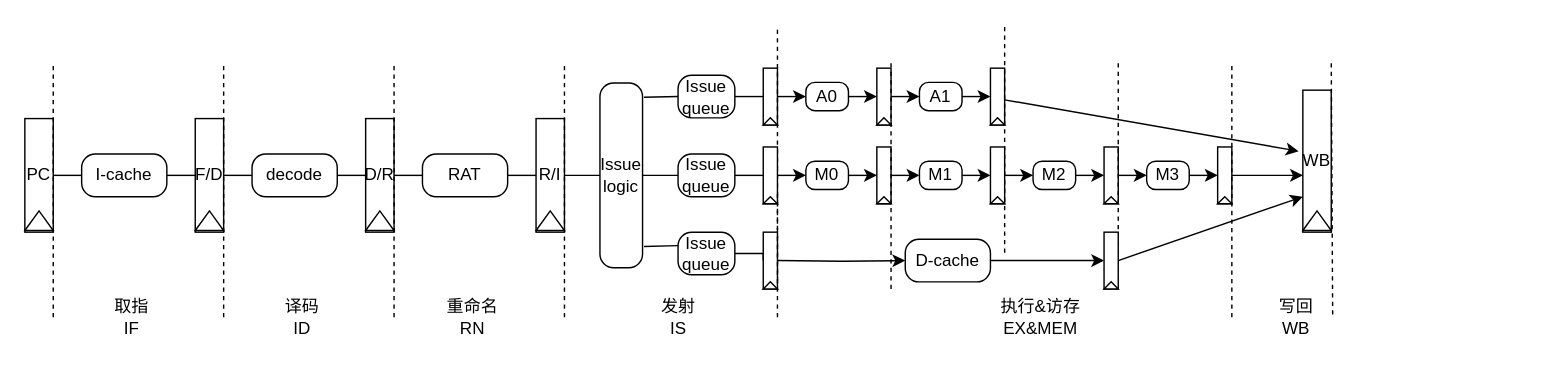
Before: page "6-12" (6 of 6) of directory/流水线.drawio in lllwwwooo/draw.io, a draw.io diagram. Source tidied: cells renumbered, new cells numbered last; positions are measured from the earlier drawing's top-left corner, leaving out a move shared by most shapes. Both pictures are drawn from the tidied source at 142%, with x=0, y=0 at pixel (24, 24).
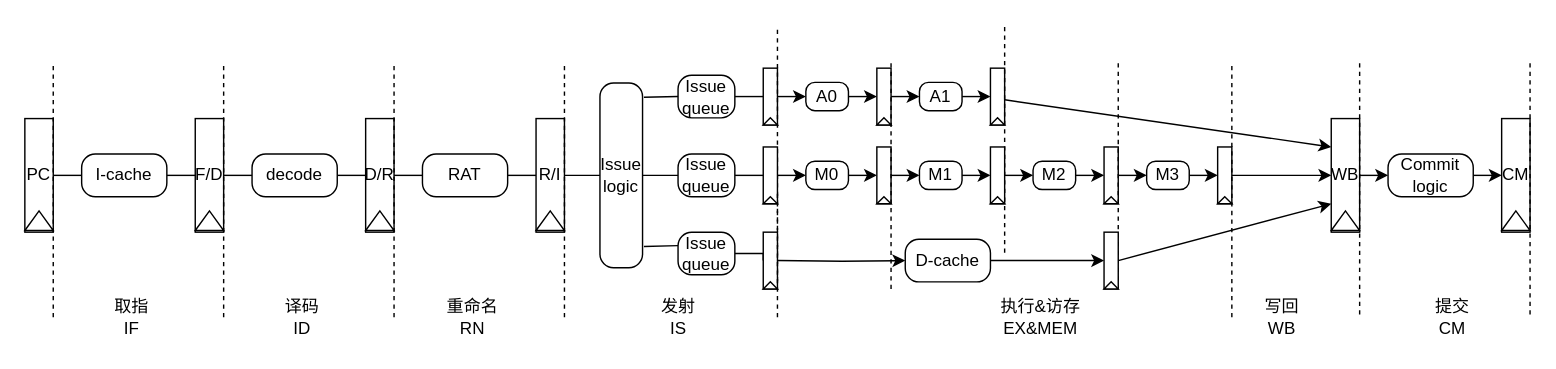
The same page after the edit.

Unchanged cells that the change refers to:
```xml
<mxCell id="63" style="rounded=0;whiteSpace=wrap;html=1;" parent="62" vertex="1">
  <mxGeometry width="10" height="40" as="geometry" />
</mxCell>
```

Change to the diagram source:
```diff
@@
-    <mxCell id="70" style="rounded=0;jettySize=auto;html=1;exitX=1;exitY=0.5;exitDx=0;exitDy=0;entryX=-0.149;entryY=0.43;entryDx=0;entryDy=0;entryPerimeter=0;" parent="1" edge="1" target="73">
+    <mxCell id="70" style="rounded=0;jettySize=auto;html=1;exitX=1;exitY=0.5;exitDx=0;exitDy=0;entryX=0;entryY=0.25;entryDx=0;entryDy=0;" parent="1" edge="1" target="73">
       <mxGeometry relative="1" as="geometry">
         <mxPoint x="690" y="52.8" as="sourcePoint" />
       </mxGeometry>
     </mxCell>
-    <mxCell id="71" style="rounded=0;jettySize=auto;html=1;exitX=1;exitY=0.5;exitDx=0;exitDy=0;entryX=0.001;entryY=0.6;entryDx=0;entryDy=0;entryPerimeter=0;" parent="1" edge="1" source="63" target="73">
+    <mxCell id="71" style="rounded=0;jettySize=auto;html=1;exitX=1;exitY=0.5;exitDx=0;exitDy=0;entryX=0;entryY=0.5;entryDx=0;entryDy=0;" parent="1" edge="1" source="63" target="73">
       <mxGeometry relative="1" as="geometry" />
     </mxCell>
     <mxCell id="72" style="group;" parent="1" vertex="1">
-      <mxGeometry x="900" y="66" width="20" height="80" as="geometry" />
+      <mxGeometry x="920" y="66" width="20" height="80" as="geometry" />
     </mxCell>
     <mxCell id="73" value="WB" style="rounded=0;whiteSpace=wrap;html=1;" parent="72" vertex="1">
-      <mxGeometry y="-20" width="20" height="100" as="geometry" />
+      <mxGeometry width="20" height="80" as="geometry" />
     </mxCell>
@@
-    <mxCell id="85" style="endArrow=none;dashed=1;html=1;rounded=0;exitX=1.02;exitY=0.45;exitDx=0;exitDy=0;exitPerimeter=0;" parent="1" edge="1" source="91">
+    <mxCell id="85" style="endArrow=none;dashed=1;html=1;rounded=0;" parent="1" edge="1">
       <mxGeometry relative="1" as="geometry">
-        <mxPoint x="920" y="26" as="targetPoint" />
+        <mxPoint x="940" y="204" as="sourcePoint" />
+        <mxPoint x="940" y="26" as="targetPoint" />
       </mxGeometry>
     </mxCell>
@@
     <mxCell id="91" value="写回&lt;div&gt;WB&lt;/div&gt;" style="text;html=1;align=center;verticalAlign=middle;points=[];strokeColor=none;fillColor=none;" parent="1" vertex="1">
-      <mxGeometry x="870" y="186" width="50" height="40" as="geometry" />
+      <mxGeometry x="860" y="186" width="50" height="40" as="geometry" />
     </mxCell>
@@
+    <mxCell id="108" style="edgeStyle=orthogonalEdgeStyle;rounded=0;jettySize=auto;html=1;exitX=1;exitY=0.5;exitDx=0;exitDy=0;entryX=0;entryY=0.5;entryDx=0;entryDy=0;" parent="1" edge="1" source="109" target="111">
+      <mxGeometry relative="1" as="geometry" />
+    </mxCell>
+    <mxCell id="109" value="Commit logic" style="rounded=1;whiteSpace=wrap;html=1;arcSize=32;" parent="1" vertex="1">
+      <mxGeometry x="960" y="91" width="60" height="30" as="geometry" />
+    </mxCell>
+    <mxCell id="110" style="group;" parent="1" vertex="1">
+      <mxGeometry x="1040" y="66" width="20" height="80" as="geometry" />
+    </mxCell>
+    <mxCell id="111" value="CM" style="rounded=0;whiteSpace=wrap;html=1;" parent="110" vertex="1">
+      <mxGeometry width="20" height="80" as="geometry" />
+    </mxCell>
+    <mxCell id="112" style="triangle;whiteSpace=wrap;html=1;rotation=-90;" parent="110" vertex="1">
+      <mxGeometry x="3.1" y="61.9" width="13.8" height="20" as="geometry" />
+    </mxCell>
+    <mxCell id="113" style="endArrow=none;dashed=1;html=1;rounded=0;" parent="110" edge="1">
+      <mxGeometry relative="1" as="geometry">
+        <mxPoint x="20" y="138" as="sourcePoint" />
+        <mxPoint x="20" y="-40" as="targetPoint" />
+      </mxGeometry>
+    </mxCell>
+    <mxCell id="114" value="提交&lt;div&gt;CM&lt;/div&gt;" style="text;html=1;align=center;verticalAlign=middle;strokeColor=none;fillColor=none;" parent="1" vertex="1">
+      <mxGeometry x="980" y="186" width="50" height="40" as="geometry" />
+    </mxCell>
+    <mxCell id="115" style="edgeStyle=orthogonalEdgeStyle;rounded=0;jettySize=auto;html=1;exitX=1;exitY=0.5;exitDx=0;exitDy=0;entryX=0;entryY=0.5;entryDx=0;entryDy=0;" parent="1" edge="1" source="73" target="109">
+      <mxGeometry relative="1" as="geometry" />
+    </mxCell>
```
